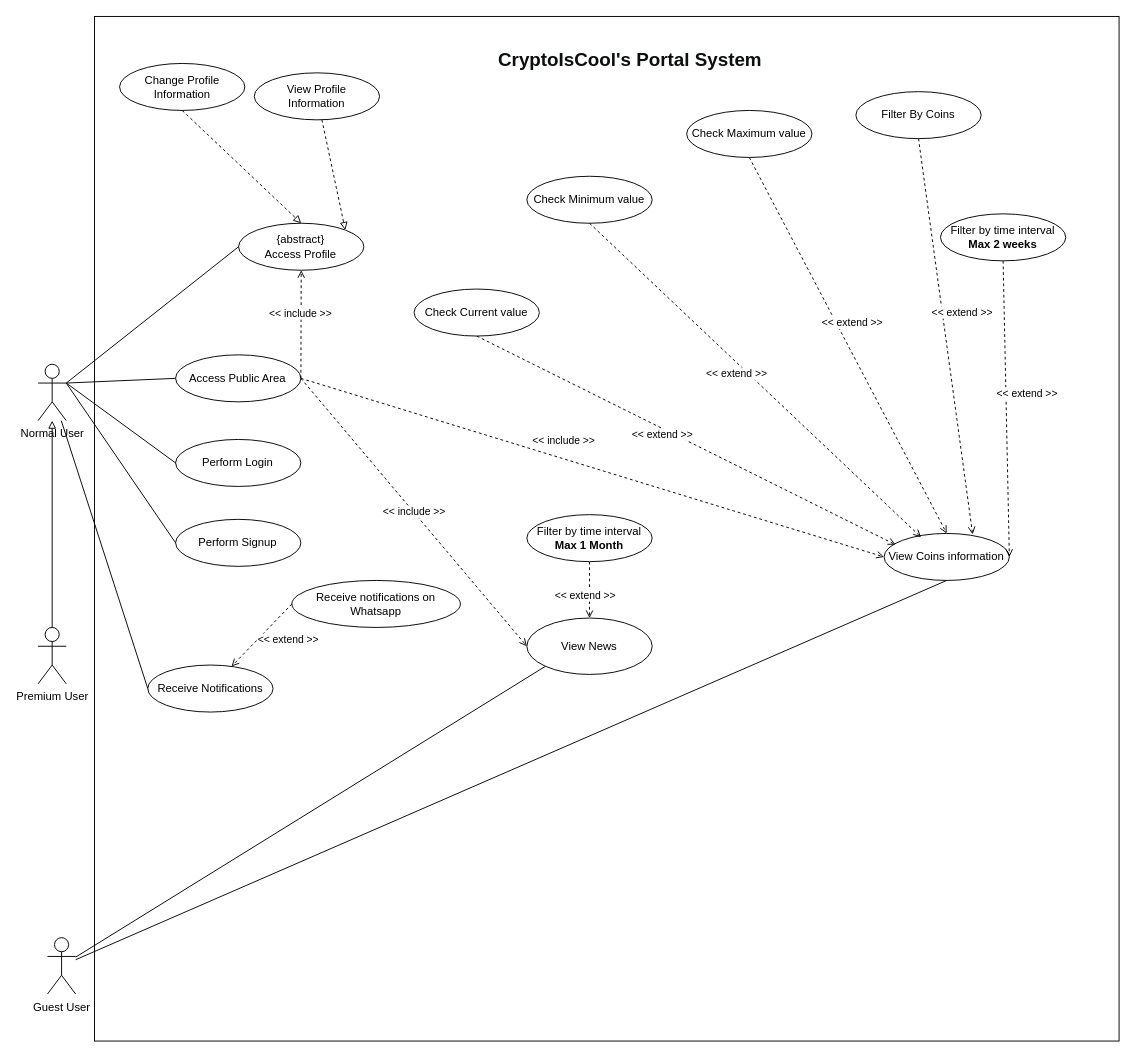
Above: Use_Case.drawio in bgabrielma/ES_Project (draw.io), before the change. Source tidied: cells renumbered, new cells numbered last; positions are measured from the earlier drawing's top-left corner, leaving out a move shared by most shapes. Both pictures are drawn from the tidied source at 94%, with x=0, y=0 at pixel (38, 16).
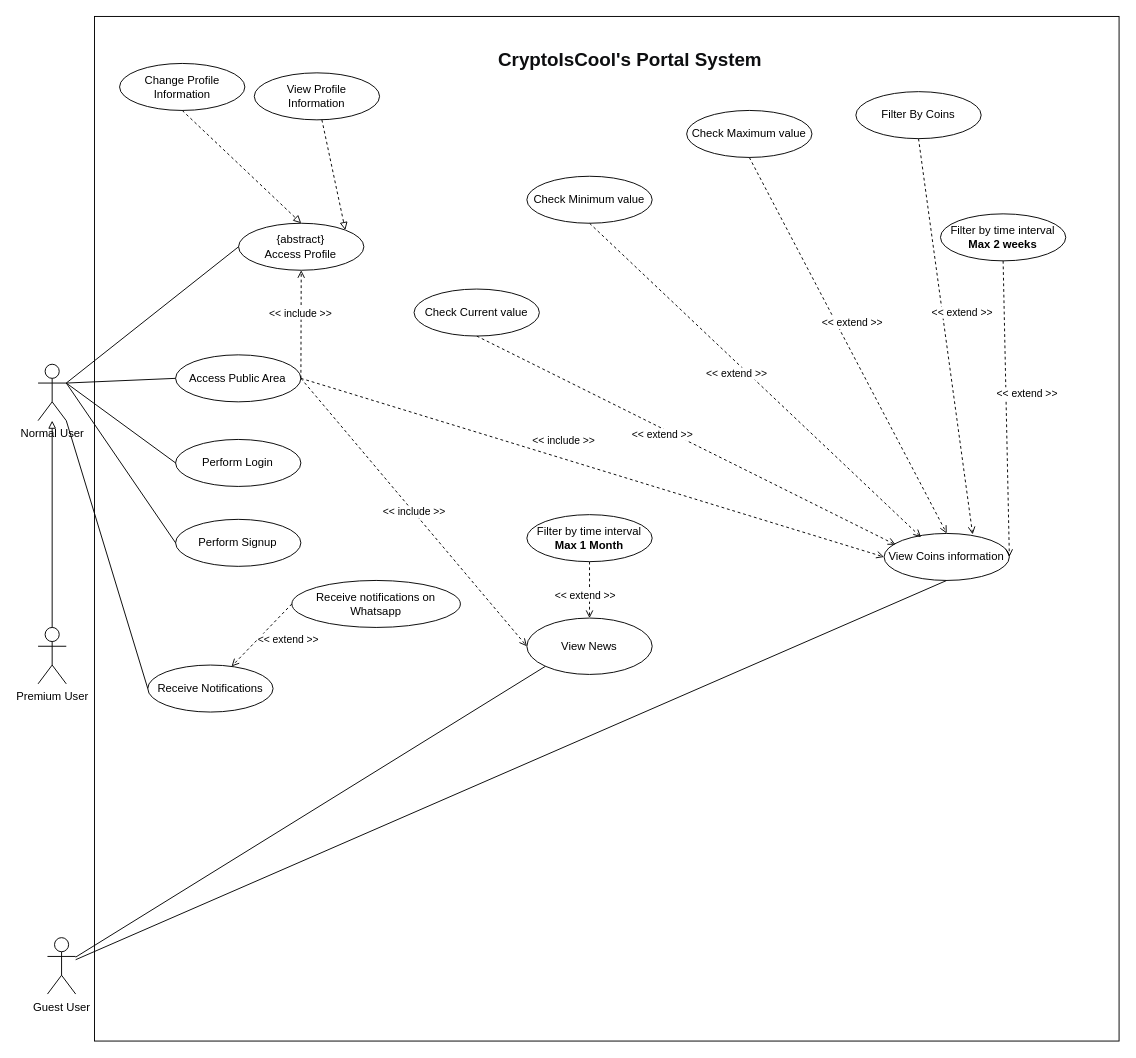
The same page after the edit.

The change refers to these unchanged cells:
```xml
<mxCell id="3" value="Normal User" style="shape=umlActor;verticalLabelPosition=bottom;verticalAlign=top;html=1;outlineConnect=0;" parent="1" vertex="1">
  <mxGeometry y="370" width="30" height="60" as="geometry" />
</mxCell>
<mxCell id="20" value="Receive Notifications" style="ellipse;whiteSpace=wrap;html=1;" parent="1" vertex="1">
  <mxGeometry x="116.7" y="690" width="133.3" height="50" as="geometry" />
</mxCell>
```

Diff of the diagram source:
```diff
@@
-    <mxCell id="21" style="endArrow=none;html=1;rounded=0;entryX=0;entryY=0.5;entryDx=0;entryDy=0;" parent="1" edge="1" source="3" target="20">
+    <mxCell id="21" style="endArrow=none;html=1;rounded=0;entryX=0;entryY=0.5;entryDx=0;entryDy=0;exitX=1;exitY=1;exitDx=0;exitDy=0;exitPerimeter=0;" parent="1" edge="1" source="3" target="20">
       <mxGeometry relative="1" as="geometry" />
     </mxCell>
```
